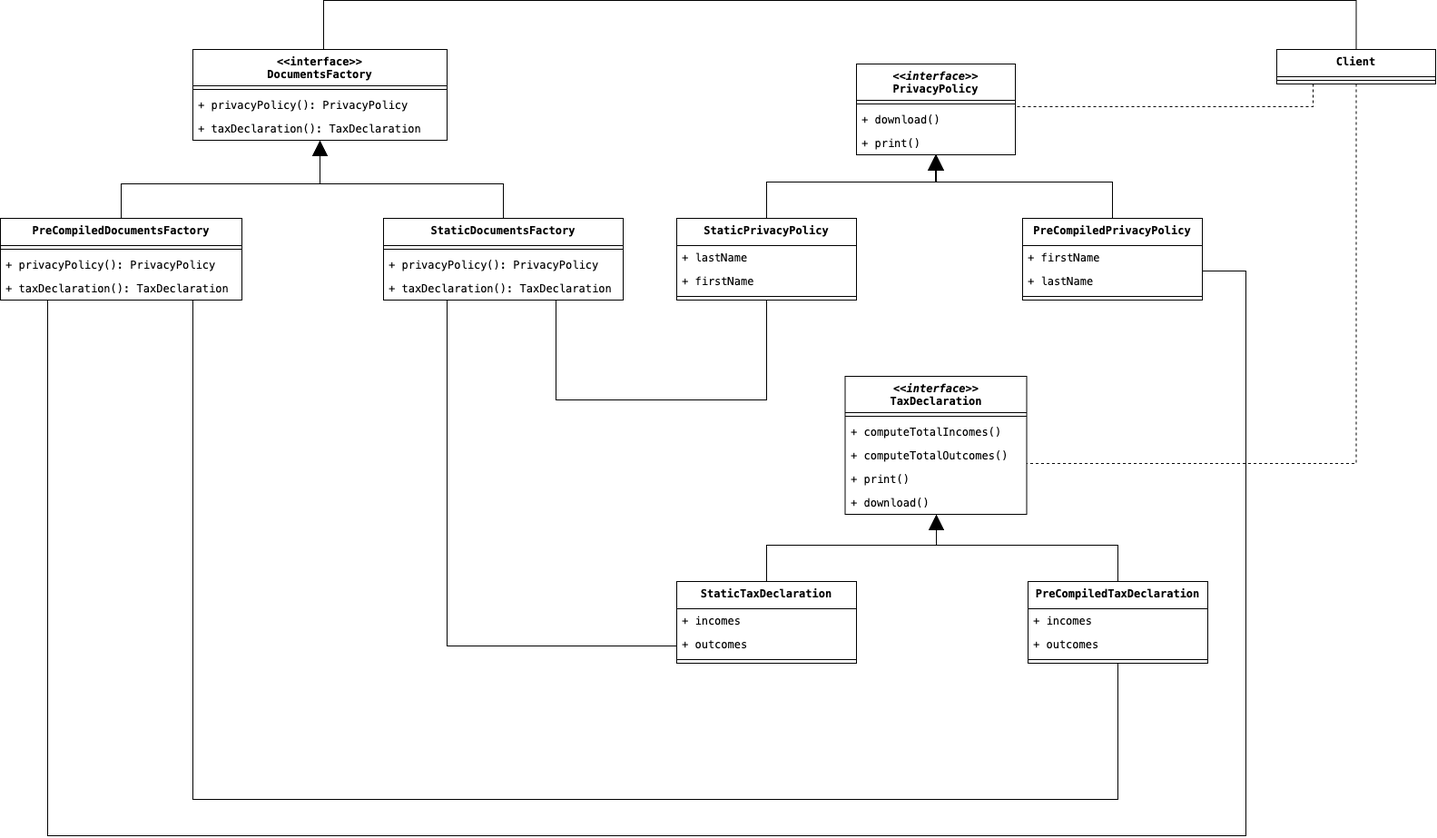
Earlier version of the draw.io export Assets/Images/Creazionali/AbstractFactory.png (mrOranger/DesignPatterns). Source tidied: cells renumbered, new cells last; positions are measured from the earlier drawing's top-left corner, leaving out a move shared by most shapes.
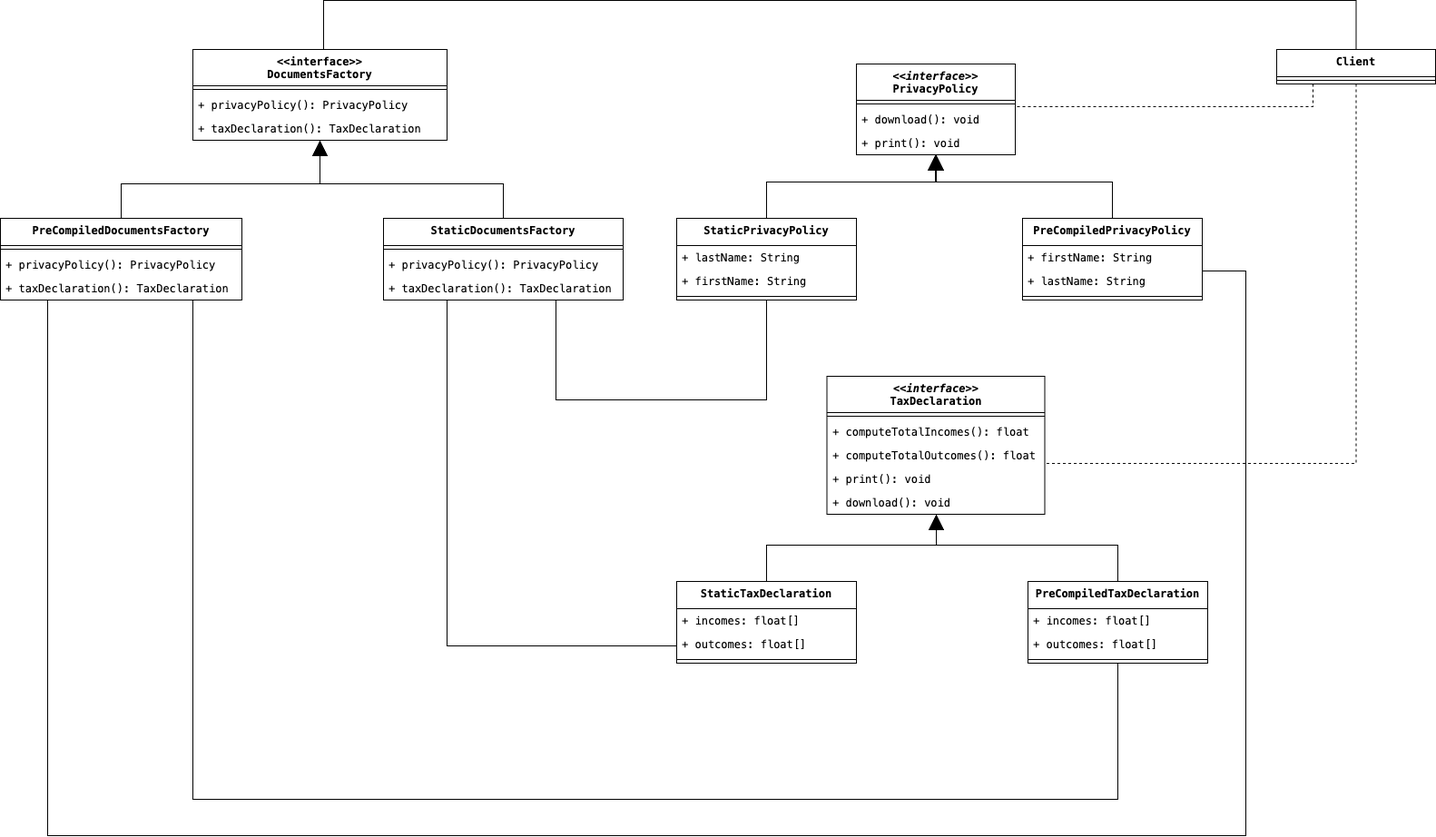
After the change.

Commit message:
fix: Abstract Factory

The edit, as a diff of the source:
```diff
@@ -8,29 +8,29 @@
     <mxCell id="3" style="line;strokeWidth=1;fillColor=none;align=left;verticalAlign=middle;spacingTop=-1;spacingLeft=3;spacingRight=3;labelPosition=right;strokeColor=inherit;fontFamily=Menlo;" parent="2" vertex="1">
       <mxGeometry y="40" width="175" height="8" as="geometry" />
     </mxCell>
-    <mxCell id="4" value="+ download()" style="text;strokeColor=none;fillColor=none;align=left;verticalAlign=top;spacingLeft=4;spacingRight=4;overflow=hidden;whiteSpace=wrap;html=1;fontFamily=Menlo;" parent="2" vertex="1">
+    <mxCell id="4" value="+ download(): void" style="text;strokeColor=none;fillColor=none;align=left;verticalAlign=top;spacingLeft=4;spacingRight=4;overflow=hidden;whiteSpace=wrap;html=1;fontFamily=Menlo;" parent="2" vertex="1">
       <mxGeometry y="48" width="175" height="26" as="geometry" />
     </mxCell>
-    <mxCell id="5" value="+ print()" style="text;strokeColor=none;fillColor=none;align=left;verticalAlign=top;spacingLeft=4;spacingRight=4;overflow=hidden;whiteSpace=wrap;html=1;fontFamily=Menlo;" parent="2" vertex="1">
+    <mxCell id="5" value="+ print(): void" style="text;strokeColor=none;fillColor=none;align=left;verticalAlign=top;spacingLeft=4;spacingRight=4;overflow=hidden;whiteSpace=wrap;html=1;fontFamily=Menlo;" parent="2" vertex="1">
       <mxGeometry y="74" width="175" height="26" as="geometry" />
     </mxCell>
     <mxCell id="6" value="&lt;div&gt;&lt;i&gt;&amp;lt;&amp;lt;interface&amp;gt;&amp;gt;&lt;/i&gt;&lt;/div&gt;TaxDeclaration" style="swimlane;fontStyle=1;align=center;verticalAlign=top;horizontal=1;startSize=40;whiteSpace=wrap;html=1;fontFamily=Menlo;" parent="1" vertex="1">
-      <mxGeometry x="930.5" y="414" width="200" height="152" as="geometry" />
+      <mxGeometry x="910.5" y="414" width="240" height="152" as="geometry" />
     </mxCell>
     <mxCell id="7" style="line;strokeWidth=1;fillColor=none;align=left;verticalAlign=middle;spacingTop=-1;spacingLeft=3;spacingRight=3;labelPosition=right;strokeColor=inherit;fontFamily=Menlo;" parent="6" vertex="1">
-      <mxGeometry y="40" width="200" height="8" as="geometry" />
+      <mxGeometry y="40" width="240" height="8" as="geometry" />
     </mxCell>
-    <mxCell id="8" value="+ computeTotalIncomes()" style="text;strokeColor=none;fillColor=none;align=left;verticalAlign=top;spacingLeft=4;spacingRight=4;overflow=hidden;whiteSpace=wrap;html=1;fontFamily=Menlo;" parent="6" vertex="1">
-      <mxGeometry y="48" width="200" height="26" as="geometry" />
+    <mxCell id="8" value="+ computeTotalIncomes(): float" style="text;strokeColor=none;fillColor=none;align=left;verticalAlign=top;spacingLeft=4;spacingRight=4;overflow=hidden;whiteSpace=wrap;html=1;fontFamily=Menlo;" parent="6" vertex="1">
+      <mxGeometry y="48" width="240" height="26" as="geometry" />
     </mxCell>
-    <mxCell id="9" value="+ computeTotalOutcomes()" style="text;strokeColor=none;fillColor=none;align=left;verticalAlign=top;spacingLeft=4;spacingRight=4;overflow=hidden;whiteSpace=wrap;html=1;fontFamily=Menlo;" parent="6" vertex="1">
-      <mxGeometry y="74" width="200" height="26" as="geometry" />
+    <mxCell id="9" value="+ computeTotalOutcomes(): float" style="text;strokeColor=none;fillColor=none;align=left;verticalAlign=top;spacingLeft=4;spacingRight=4;overflow=hidden;whiteSpace=wrap;html=1;fontFamily=Menlo;" parent="6" vertex="1">
+      <mxGeometry y="74" width="240" height="26" as="geometry" />
     </mxCell>
-    <mxCell id="10" value="&lt;div&gt;&lt;span style=&quot;background-color: initial;&quot;&gt;+ print()&lt;/span&gt;&lt;br&gt;&lt;/div&gt;" style="text;strokeColor=none;fillColor=none;align=left;verticalAlign=top;spacingLeft=4;spacingRight=4;overflow=hidden;whiteSpace=wrap;html=1;fontFamily=Menlo;" parent="6" vertex="1">
-      <mxGeometry y="100" width="200" height="26" as="geometry" />
+    <mxCell id="10" value="&lt;div&gt;&lt;span style=&quot;background-color: initial;&quot;&gt;+ print(): void&lt;/span&gt;&lt;br&gt;&lt;/div&gt;" style="text;strokeColor=none;fillColor=none;align=left;verticalAlign=top;spacingLeft=4;spacingRight=4;overflow=hidden;whiteSpace=wrap;html=1;fontFamily=Menlo;" parent="6" vertex="1">
+      <mxGeometry y="100" width="240" height="26" as="geometry" />
     </mxCell>
-    <mxCell id="11" value="+ download()" style="text;strokeColor=none;fillColor=none;align=left;verticalAlign=top;spacingLeft=4;spacingRight=4;overflow=hidden;whiteSpace=wrap;html=1;fontFamily=Menlo;" parent="6" vertex="1">
-      <mxGeometry y="126" width="200" height="26" as="geometry" />
+    <mxCell id="11" value="+ download(): void" style="text;strokeColor=none;fillColor=none;align=left;verticalAlign=top;spacingLeft=4;spacingRight=4;overflow=hidden;whiteSpace=wrap;html=1;fontFamily=Menlo;" parent="6" vertex="1">
+      <mxGeometry y="126" width="240" height="26" as="geometry" />
     </mxCell>
     <mxCell id="12" style="edgeStyle=orthogonalEdgeStyle;rounded=0;jettySize=auto;html=1;endArrow=block;endFill=1;endSize=15;" parent="1" edge="1" source="13" target="6">
       <mxGeometry relative="1" as="geometry">
@@ -43,10 +43,10 @@
     <mxCell id="13" value="&lt;div&gt;&lt;span style=&quot;background-color: initial;&quot;&gt;PreCompiledTaxDeclaration&lt;/span&gt;&lt;br&gt;&lt;/div&gt;" style="swimlane;fontStyle=1;align=center;verticalAlign=top;horizontal=1;startSize=30;whiteSpace=wrap;html=1;fontFamily=Menlo;" parent="1" vertex="1">
       <mxGeometry x="1132" y="640" width="198" height="90" as="geometry" />
     </mxCell>
-    <mxCell id="14" value="+ incomes" style="text;strokeColor=none;fillColor=none;align=left;verticalAlign=top;spacingLeft=4;spacingRight=4;overflow=hidden;whiteSpace=wrap;html=1;fontFamily=Menlo;" parent="13" vertex="1">
+    <mxCell id="14" value="+ incomes: float[]" style="text;strokeColor=none;fillColor=none;align=left;verticalAlign=top;spacingLeft=4;spacingRight=4;overflow=hidden;whiteSpace=wrap;html=1;fontFamily=Menlo;" parent="13" vertex="1">
       <mxGeometry y="30" width="198" height="26" as="geometry" />
     </mxCell>
-    <mxCell id="15" value="+ outcomes" style="text;strokeColor=none;fillColor=none;align=left;verticalAlign=top;spacingLeft=4;spacingRight=4;overflow=hidden;whiteSpace=wrap;html=1;fontFamily=Menlo;" parent="13" vertex="1">
+    <mxCell id="15" value="+ outcomes: float[]" style="text;strokeColor=none;fillColor=none;align=left;verticalAlign=top;spacingLeft=4;spacingRight=4;overflow=hidden;whiteSpace=wrap;html=1;fontFamily=Menlo;" parent="13" vertex="1">
       <mxGeometry y="56" width="198" height="26" as="geometry" />
     </mxCell>
     <mxCell id="16" style="line;strokeWidth=1;fillColor=none;align=left;verticalAlign=middle;spacingTop=-1;spacingLeft=3;spacingRight=3;labelPosition=right;strokeColor=inherit;fontFamily=Menlo;" parent="13" vertex="1">
@@ -63,10 +63,10 @@
     <mxCell id="18" value="&lt;div&gt;&lt;span style=&quot;background-color: initial;&quot;&gt;PreCompiledPrivacyPolicy&lt;/span&gt;&lt;br&gt;&lt;/div&gt;" style="swimlane;fontStyle=1;align=center;verticalAlign=top;horizontal=1;startSize=30;whiteSpace=wrap;html=1;fontFamily=Menlo;" parent="1" vertex="1">
       <mxGeometry x="1126" y="240" width="198" height="90" as="geometry" />
     </mxCell>
-    <mxCell id="19" value="+ firstName" style="text;strokeColor=none;fillColor=none;align=left;verticalAlign=top;spacingLeft=4;spacingRight=4;overflow=hidden;whiteSpace=wrap;html=1;fontFamily=Menlo;" parent="18" vertex="1">
+    <mxCell id="19" value="+ firstName: String" style="text;strokeColor=none;fillColor=none;align=left;verticalAlign=top;spacingLeft=4;spacingRight=4;overflow=hidden;whiteSpace=wrap;html=1;fontFamily=Menlo;" parent="18" vertex="1">
       <mxGeometry y="30" width="198" height="26" as="geometry" />
     </mxCell>
-    <mxCell id="20" value="+ lastName" style="text;strokeColor=none;fillColor=none;align=left;verticalAlign=top;spacingLeft=4;spacingRight=4;overflow=hidden;whiteSpace=wrap;html=1;fontFamily=Menlo;" parent="18" vertex="1">
+    <mxCell id="20" value="+ lastName: String" style="text;strokeColor=none;fillColor=none;align=left;verticalAlign=top;spacingLeft=4;spacingRight=4;overflow=hidden;whiteSpace=wrap;html=1;fontFamily=Menlo;" parent="18" vertex="1">
       <mxGeometry y="56" width="198" height="26" as="geometry" />
     </mxCell>
     <mxCell id="21" style="line;strokeWidth=1;fillColor=none;align=left;verticalAlign=middle;spacingTop=-1;spacingLeft=3;spacingRight=3;labelPosition=right;strokeColor=inherit;fontFamily=Menlo;" parent="18" vertex="1">
@@ -83,10 +83,10 @@
     <mxCell id="23" value="&lt;div&gt;&lt;span style=&quot;background-color: initial;&quot;&gt;StaticTaxDeclaration&lt;/span&gt;&lt;br&gt;&lt;/div&gt;" style="swimlane;fontStyle=1;align=center;verticalAlign=top;horizontal=1;startSize=30;whiteSpace=wrap;html=1;fontFamily=Menlo;" parent="1" vertex="1">
       <mxGeometry x="745" y="640" width="198" height="90" as="geometry" />
     </mxCell>
-    <mxCell id="24" value="+ incomes" style="text;strokeColor=none;fillColor=none;align=left;verticalAlign=top;spacingLeft=4;spacingRight=4;overflow=hidden;whiteSpace=wrap;html=1;fontFamily=Menlo;" parent="23" vertex="1">
+    <mxCell id="24" value="+ incomes: float[]" style="text;strokeColor=none;fillColor=none;align=left;verticalAlign=top;spacingLeft=4;spacingRight=4;overflow=hidden;whiteSpace=wrap;html=1;fontFamily=Menlo;" parent="23" vertex="1">
       <mxGeometry y="30" width="198" height="26" as="geometry" />
     </mxCell>
-    <mxCell id="25" value="+ outcomes" style="text;strokeColor=none;fillColor=none;align=left;verticalAlign=top;spacingLeft=4;spacingRight=4;overflow=hidden;whiteSpace=wrap;html=1;fontFamily=Menlo;" parent="23" vertex="1">
+    <mxCell id="25" value="+ outcomes: float[]" style="text;strokeColor=none;fillColor=none;align=left;verticalAlign=top;spacingLeft=4;spacingRight=4;overflow=hidden;whiteSpace=wrap;html=1;fontFamily=Menlo;" parent="23" vertex="1">
       <mxGeometry y="56" width="198" height="26" as="geometry" />
     </mxCell>
     <mxCell id="26" style="line;strokeWidth=1;fillColor=none;align=left;verticalAlign=middle;spacingTop=-1;spacingLeft=3;spacingRight=3;labelPosition=right;strokeColor=inherit;fontFamily=Menlo;" parent="23" vertex="1">
@@ -103,10 +103,10 @@
     <mxCell id="28" value="&lt;div&gt;&lt;span style=&quot;background-color: initial;&quot;&gt;StaticPrivacyPolicy&lt;/span&gt;&lt;br&gt;&lt;/div&gt;" style="swimlane;fontStyle=1;align=center;verticalAlign=top;horizontal=1;startSize=30;whiteSpace=wrap;html=1;fontFamily=Menlo;" parent="1" vertex="1">
       <mxGeometry x="745" y="240" width="198" height="90" as="geometry" />
     </mxCell>
-    <mxCell id="29" value="+ lastName" style="text;strokeColor=none;fillColor=none;align=left;verticalAlign=top;spacingLeft=4;spacingRight=4;overflow=hidden;whiteSpace=wrap;html=1;fontFamily=Menlo;" parent="28" vertex="1">
+    <mxCell id="29" value="+ lastName: String" style="text;strokeColor=none;fillColor=none;align=left;verticalAlign=top;spacingLeft=4;spacingRight=4;overflow=hidden;whiteSpace=wrap;html=1;fontFamily=Menlo;" parent="28" vertex="1">
       <mxGeometry y="30" width="198" height="26" as="geometry" />
     </mxCell>
-    <mxCell id="30" value="+ firstName" style="text;strokeColor=none;fillColor=none;align=left;verticalAlign=top;spacingLeft=4;spacingRight=4;overflow=hidden;whiteSpace=wrap;html=1;fontFamily=Menlo;" parent="28" vertex="1">
+    <mxCell id="30" value="+ firstName: String" style="text;strokeColor=none;fillColor=none;align=left;verticalAlign=top;spacingLeft=4;spacingRight=4;overflow=hidden;whiteSpace=wrap;html=1;fontFamily=Menlo;" parent="28" vertex="1">
       <mxGeometry y="56" width="198" height="26" as="geometry" />
     </mxCell>
     <mxCell id="31" style="line;strokeWidth=1;fillColor=none;align=left;verticalAlign=middle;spacingTop=-1;spacingLeft=3;spacingRight=3;labelPosition=right;strokeColor=inherit;fontFamily=Menlo;" parent="28" vertex="1">
```
